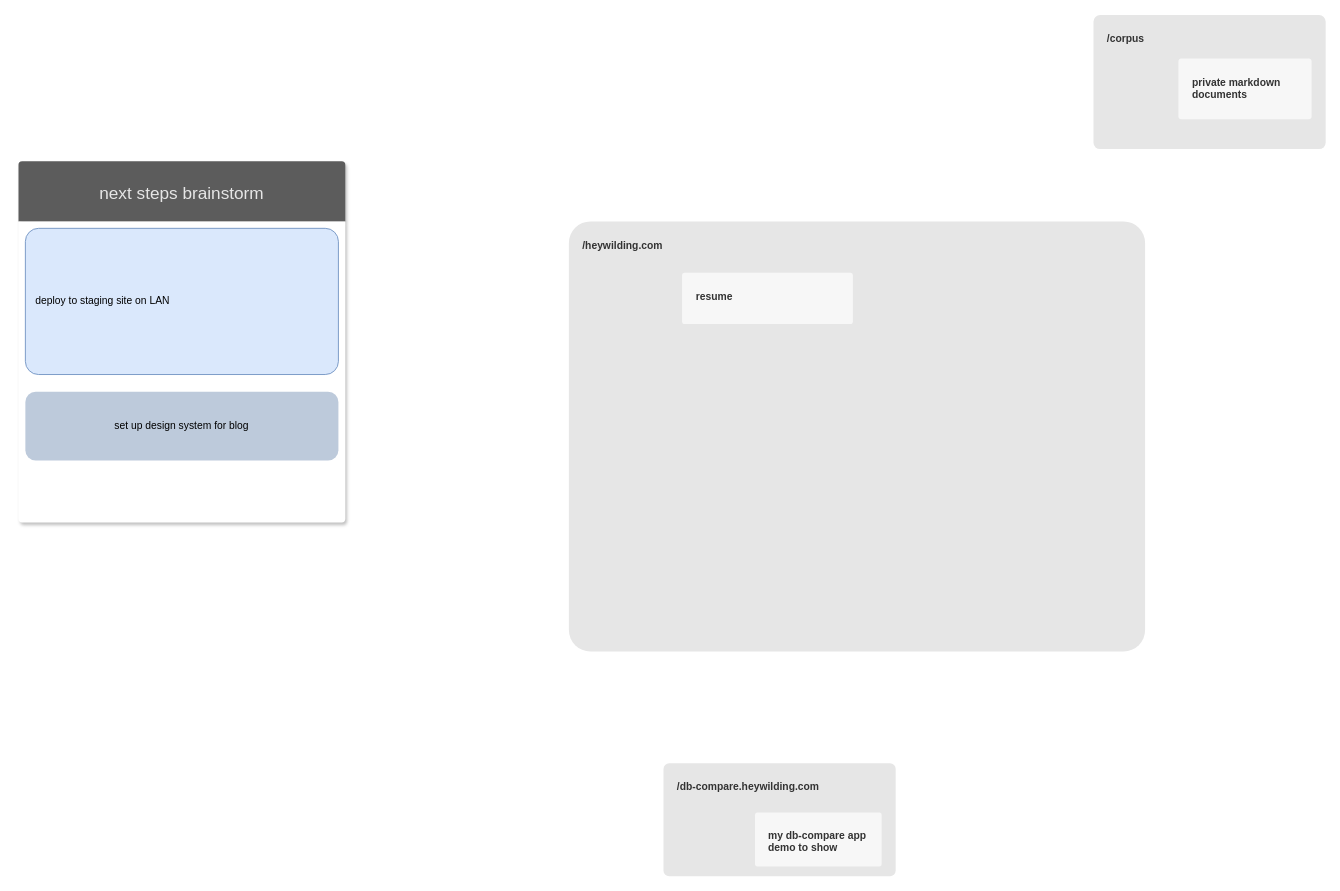
umamiMike/technical-mess-diagrams keeps this draw.io diagram as page "dev-and-deploy-diagram" (4 of 4) of theme-tracking.drawio. Above is the earlier version. Source tidied: cells renumbered, new cells numbered last; positions are measured from the earlier drawing's top-left corner, leaving out a move shared by most shapes. Both pictures are drawn from the tidied source at 86%, with x=0, y=0 at pixel (18, 15).
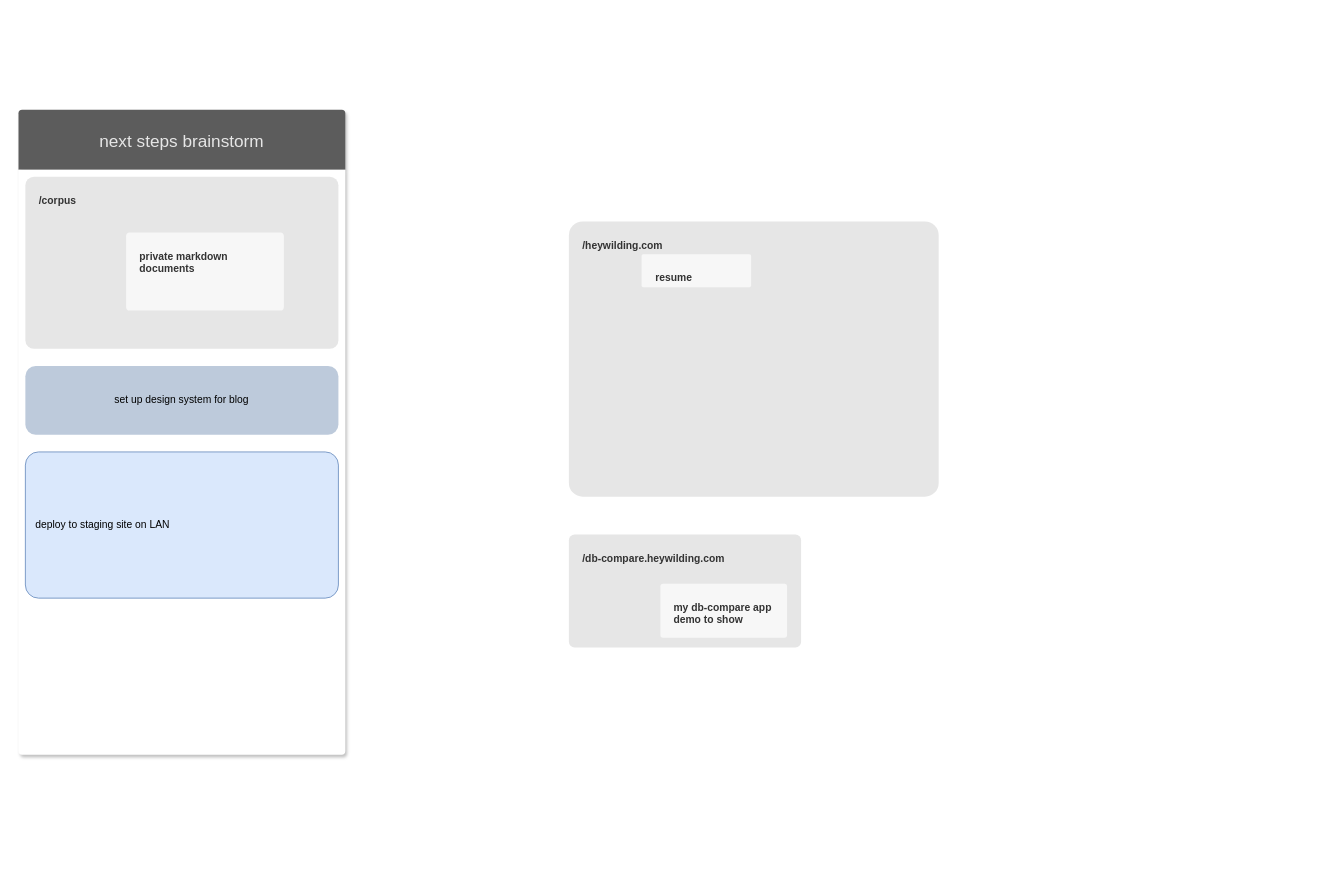
Above is the later version.

Diff of the diagram source:
```diff
@@
 <mxGraphModel>
   <root>
     <mxCell id="0" />
     <mxCell id="1" parent="0" />
     <mxCell id="2" value="next steps brainstorm" style="swimlane;html=0;startSize=70;stackBorder=8;swimlaneLine=0;swimlaneFillColor=#ffffff;verticalAlign=middle;fontSize=20;fontStyle=0;labelPosition=center;verticalLabelPosition=middle;align=center;fillColor=#5C5C5C;rounded=1;arcSize=2;fontColor=#E6E6E6;strokeWidth=6;perimeterSpacing=1;horizontal=1;strokeColor=none;shadow=1;" parent="1" vertex="1">
-      <mxGeometry y="170" width="380" height="420" as="geometry" />
+      <mxGeometry y="110" width="380" height="750" as="geometry" />
     </mxCell>
+    <mxCell id="7" value="/corpus" style="rounded=1;whiteSpace=wrap;html=1;fontStyle=1;arcSize=5;align=left;verticalAlign=top;spacingLeft=8;spacingTop=8;fontSize=12;fontColor=#333333;spacingBottom=16;spacing=8;fillColor=#E6E6E6;strokeColor=none;" parent="2" vertex="1">
+      <mxGeometry x="8" y="78" width="364" height="200" as="geometry" />
+    </mxCell>
+    <mxCell id="8" value="private markdown documents&amp;nbsp;" style="rounded=1;whiteSpace=wrap;html=1;fontStyle=1;arcSize=5;align=left;verticalAlign=top;spacingLeft=8;spacingTop=8;fontSize=12;fontColor=#333333;spacingBottom=16;spacing=8;fillColor=#F7F7F7;strokeColor=none;noLabel=0;" parent="7" vertex="1">
+      <mxGeometry x="117.1" y="64.8" width="183.5" height="90.8" as="geometry" />
+    </mxCell>
+    <mxCell id="4" value="set up design system for blog" style="rounded=1;whiteSpace=wrap;html=1;fontSize=12;align=center;strokeColor=none;fillColor=#BDCADB;" parent="2" vertex="1">
+      <mxGeometry x="8" y="298" width="364" height="80" as="geometry" />
+    </mxCell>
     <mxCell id="3" value="deploy to staging site on LAN" style="rounded=1;whiteSpace=wrap;html=1;fontSize=12;startSize=0;align=left;strokeColor=#6c8ebf;shadow=0;fillColor=#dae8fc;arcSize=9;verticalAlign=middle;spacing=12;" parent="2" vertex="1">
-      <mxGeometry x="8" y="78" width="364" height="170" as="geometry" />
+      <mxGeometry x="8" y="398" width="364" height="170" as="geometry" />
     </mxCell>
-    <mxCell id="4" value="set up design system for blog" style="rounded=1;whiteSpace=wrap;html=1;fontSize=12;align=center;strokeColor=none;fillColor=#BDCADB;" parent="2" vertex="1">
-      <mxGeometry x="8" y="268" width="364" height="80" as="geometry" />
-    </mxCell>
     <mxCell id="5" value="/heywilding.com" style="rounded=1;whiteSpace=wrap;html=1;fontStyle=1;arcSize=5;align=left;verticalAlign=top;spacingLeft=8;spacingTop=8;fontSize=12;fontColor=#333333;fillColor=#E6E6E6;spacingBottom=16;spacing=8;strokeColor=none;" parent="1" vertex="1">
-      <mxGeometry x="640" y="240" width="670" height="500" as="geometry" />
+      <mxGeometry x="640" y="240" width="430" height="320" as="geometry" />
     </mxCell>
     <mxCell id="6" value="resume" style="rounded=1;whiteSpace=wrap;html=1;fontStyle=1;arcSize=5;align=left;verticalAlign=top;spacingLeft=8;spacingTop=8;fontSize=12;fontColor=#333333;spacingBottom=16;spacing=8;fillColor=#F7F7F7;strokeColor=none;noLabel=0;" parent="5" vertex="1">
-      <mxGeometry x="131.6" y="59.6" width="198.6" height="59.6" as="geometry" />
+      <mxGeometry x="84.5" y="38.2" width="127.4" height="38.2" as="geometry" />
     </mxCell>
-    <mxCell id="7" value="/corpus" style="rounded=1;whiteSpace=wrap;html=1;fontStyle=1;arcSize=5;align=left;verticalAlign=top;spacingLeft=8;spacingTop=8;fontSize=12;fontColor=#333333;spacingBottom=16;spacing=8;fillColor=#E6E6E6;strokeColor=none;" parent="1" vertex="1">
-      <mxGeometry x="1250" width="270" height="155.9" as="geometry" />
-    </mxCell>
-    <mxCell id="8" value="private markdown documents&amp;nbsp;" style="rounded=1;whiteSpace=wrap;html=1;fontStyle=1;arcSize=5;align=left;verticalAlign=top;spacingLeft=8;spacingTop=8;fontSize=12;fontColor=#333333;spacingBottom=16;spacing=8;fillColor=#F7F7F7;strokeColor=none;noLabel=0;" parent="7" vertex="1">
-      <mxGeometry x="98.8" y="50.5" width="154.8" height="70.8" as="geometry" />
-    </mxCell>
     <mxCell id="9" value="/db-compare.heywilding.com" style="rounded=1;whiteSpace=wrap;html=1;fontStyle=1;arcSize=5;align=left;verticalAlign=top;spacingLeft=8;spacingTop=8;fontSize=12;fontColor=#333333;fillColor=#E6E6E6;spacingBottom=16;spacing=8;strokeColor=none;" parent="1" vertex="1">
-      <mxGeometry x="750" y="870" width="270" height="131.3" as="geometry" />
+      <mxGeometry x="640" y="604" width="270" height="131.3" as="geometry" />
     </mxCell>
     <mxCell id="10" value="my db-compare app demo to show&amp;nbsp;" style="rounded=1;whiteSpace=wrap;html=1;fontStyle=1;arcSize=5;align=left;verticalAlign=top;spacingLeft=8;spacingTop=8;fontSize=12;fontColor=#333333;spacingBottom=16;spacing=8;fillColor=#F7F7F7;strokeColor=none;noLabel=0;" parent="9" vertex="1">
       <mxGeometry x="106.4" y="57.4" width="147.3" height="62.6" as="geometry" />
     </mxCell>
   </root>
 </mxGraphModel>
```
